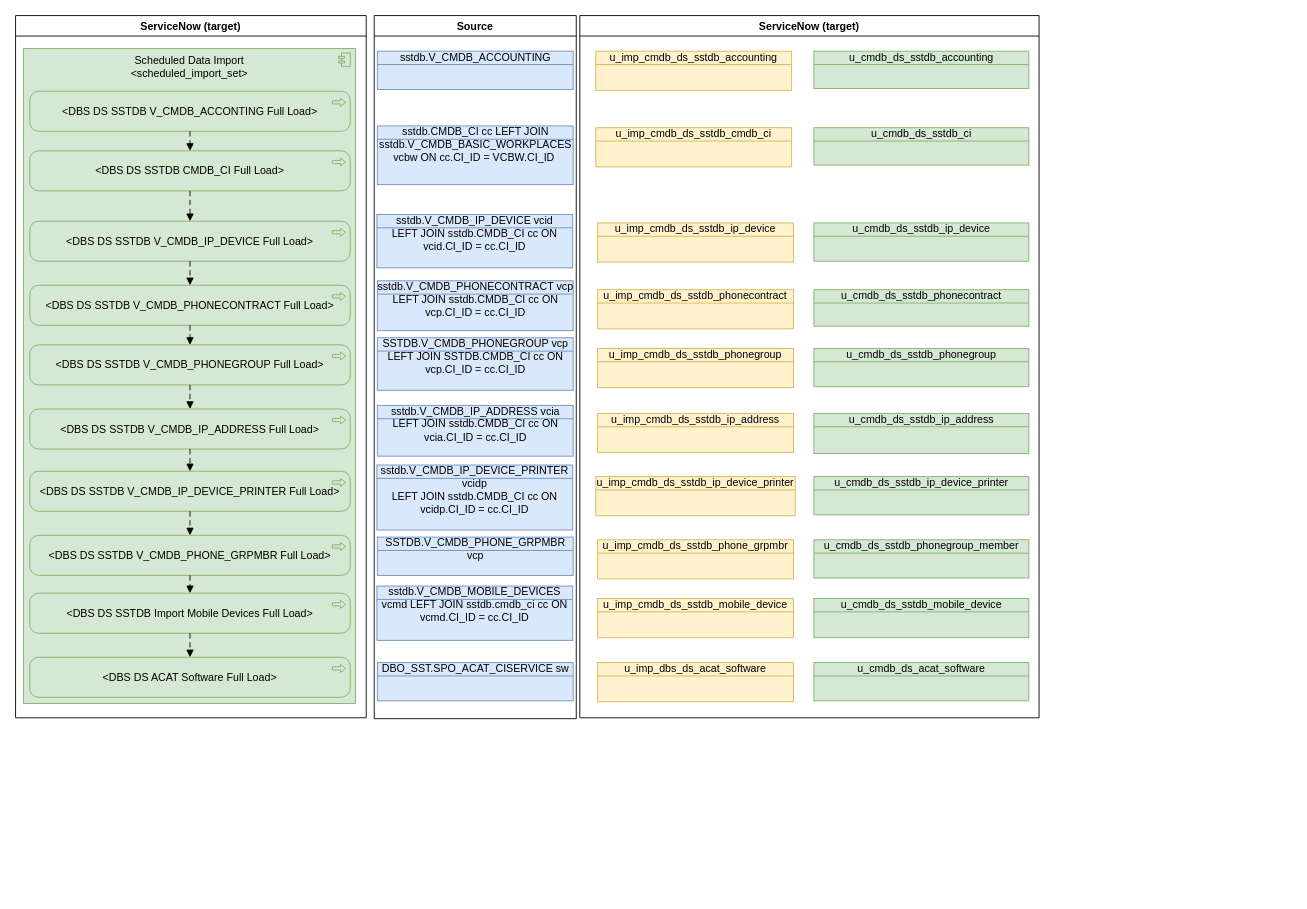
This is page "ImportObjects" (8 of 10) of DBsERD.drawio from algimas/tmp, a draw.io file, before an edit. Source tidied: cells renumbered, new cells numbered last; positions are measured from the earlier drawing's top-left corner, leaving out a move shared by most shapes. Both pictures are drawn from the tidied source at 89%, with x=0, y=0 at pixel (15, 15).
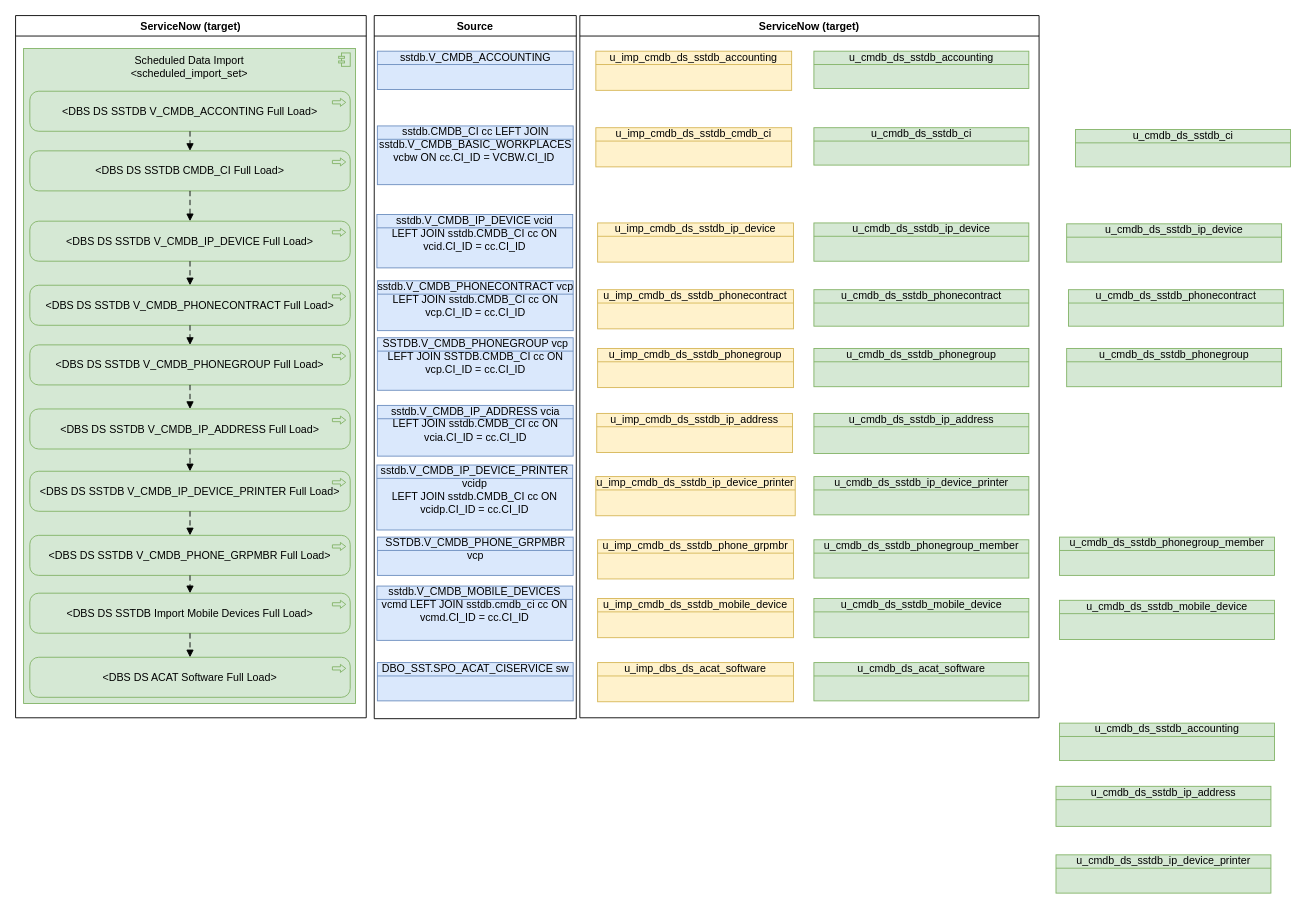
The same diagram, later.

The edit, as a diff of the source:
```diff
@@
     <mxCell id="27" value="u_imp_cmdb_ds_sstdb_ip_address" style="html=1;whiteSpace=wrap;fillColor=#fff2cc;shape=mxgraph.archimate3.businessObject;overflow=fill;strokeColor=#d6b656;" parent="1" vertex="1">
-      <mxGeometry x="654" y="447" width="220" height="44" as="geometry" />
+      <mxGeometry x="653" y="447" width="220" height="44" as="geometry" />
     </mxCell>
@@
+    <mxCell id="55" value="u_cmdb_ds_sstdb_ci" style="html=1;whiteSpace=wrap;fillColor=#d5e8d4;shape=mxgraph.archimate3.businessObject;overflow=fill;strokeColor=#82b366;" parent="1" vertex="1">
+      <mxGeometry x="1191" y="128" width="241.5" height="42" as="geometry" />
+    </mxCell>
+    <mxCell id="56" value="u_cmdb_ds_sstdb_ip_device" style="html=1;whiteSpace=wrap;fillColor=#d5e8d4;shape=mxgraph.archimate3.businessObject;overflow=fill;strokeColor=#82b366;" parent="1" vertex="1">
+      <mxGeometry x="1181" y="234" width="241.5" height="43" as="geometry" />
+    </mxCell>
+    <mxCell id="57" value="u_cmdb_ds_sstdb_phonecontract" style="html=1;whiteSpace=wrap;fillColor=#d5e8d4;shape=mxgraph.archimate3.businessObject;overflow=fill;strokeColor=#82b366;" parent="1" vertex="1">
+      <mxGeometry x="1183" y="308" width="241.5" height="41" as="geometry" />
+    </mxCell>
+    <mxCell id="58" value="u_cmdb_ds_sstdb_phonegroup" style="html=1;whiteSpace=wrap;fillColor=#d5e8d4;shape=mxgraph.archimate3.businessObject;overflow=fill;strokeColor=#82b366;" parent="1" vertex="1">
+      <mxGeometry x="1181" y="374" width="241.5" height="43" as="geometry" />
+    </mxCell>
+    <mxCell id="59" value="u_cmdb_ds_sstdb_mobile_device" style="html=1;whiteSpace=wrap;fillColor=#d5e8d4;shape=mxgraph.archimate3.businessObject;overflow=fill;strokeColor=#82b366;" parent="1" vertex="1">
+      <mxGeometry x="1173" y="657" width="241.5" height="44" as="geometry" />
+    </mxCell>
+    <mxCell id="60" value="u_cmdb_ds_sstdb_accounting" style="html=1;whiteSpace=wrap;fillColor=#d5e8d4;shape=mxgraph.archimate3.businessObject;overflow=fill;strokeColor=#82b366;" parent="1" vertex="1">
+      <mxGeometry x="1173" y="795" width="241.5" height="42" as="geometry" />
+    </mxCell>
+    <mxCell id="61" value="u_cmdb_ds_sstdb_ip_address" style="html=1;whiteSpace=wrap;fillColor=#d5e8d4;shape=mxgraph.archimate3.businessObject;overflow=fill;strokeColor=#82b366;" parent="1" vertex="1">
+      <mxGeometry x="1169" y="866" width="241.5" height="45" as="geometry" />
+    </mxCell>
+    <mxCell id="62" value="u_cmdb_ds_sstdb_ip_device_printer" style="html=1;whiteSpace=wrap;fillColor=#d5e8d4;shape=mxgraph.archimate3.businessObject;overflow=fill;strokeColor=#82b366;" parent="1" vertex="1">
+      <mxGeometry x="1169" y="943" width="241.5" height="43" as="geometry" />
+    </mxCell>
+    <mxCell id="63" value="u_cmdb_ds_sstdb_phonegroup_member" style="html=1;whiteSpace=wrap;fillColor=#d5e8d4;shape=mxgraph.archimate3.businessObject;overflow=fill;strokeColor=#82b366;" parent="1" vertex="1">
+      <mxGeometry x="1173" y="586" width="241.5" height="43" as="geometry" />
+    </mxCell>
```
